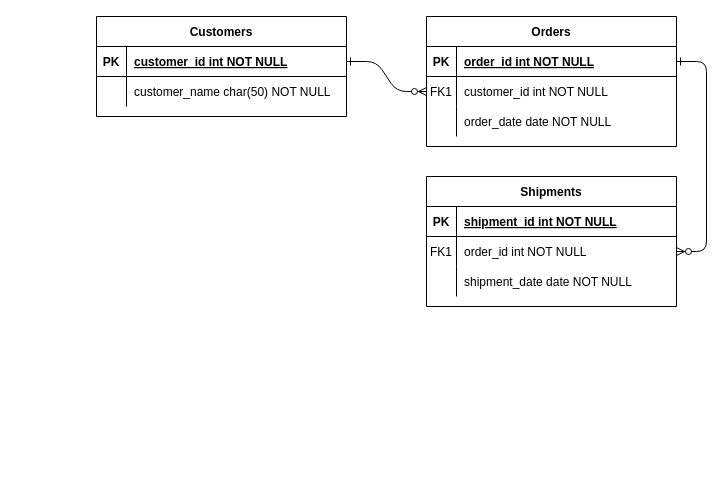
choomi1217/real-world keeps this draw.io diagram as docs/tables.drawio. Above is the earlier version. Source tidied: cells renumbered, new cells numbered last; positions are measured from the earlier drawing's top-left corner, leaving out a move shared by most shapes. Both pictures are drawn from the tidied source at 100%, with x=0, y=0 at pixel (96, 16).
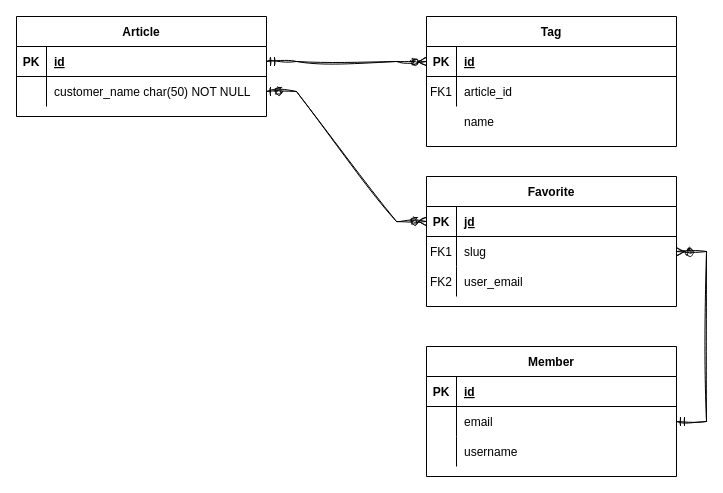
The same diagram, later.

The change refers to these unchanged cells:
```xml
<mxCell id="5" style="shape=partialRectangle;fillColor=none;points=[[0,0.5],[1,0.5]];portConstraint=eastwest;top=0;left=0;right=0;bottom=1;" parent="4" vertex="1">
  <mxGeometry y="30" width="250" height="30" as="geometry" />
</mxCell>
<mxCell id="8" style="shape=partialRectangle;fillColor=none;points=[[0,0.5],[1,0.5]];portConstraint=eastwest;top=0;left=0;right=0;bottom=0;" parent="4" vertex="1">
  <mxGeometry y="60" width="250" height="30" as="geometry" />
</mxCell>
<mxCell id="15" style="shape=partialRectangle;fillColor=none;points=[[0,0.5],[1,0.5]];portConstraint=eastwest;top=0;left=0;right=0;bottom=1;" parent="14" vertex="1">
  <mxGeometry y="30" width="250" height="30" as="geometry" />
</mxCell>
<mxCell id="18" style="shape=partialRectangle;fillColor=none;points=[[0,0.5],[1,0.5]];portConstraint=eastwest;top=0;left=0;right=0;bottom=0;" parent="14" vertex="1">
  <mxGeometry y="60" width="250" height="30" as="geometry" />
</mxCell>
<mxCell id="21" style="shape=partialRectangle;fillColor=none;top=0;left=0;right=0;bottom=0;" parent="14" vertex="1">
  <mxGeometry y="90" width="250" height="30" as="geometry" />
</mxCell>
<mxCell id="25" style="shape=partialRectangle;fillColor=none;points=[[0,0.5],[1,0.5]];portConstraint=eastwest;top=0;left=0;right=0;bottom=1;" parent="24" vertex="1">
  <mxGeometry y="30" width="250" height="30" as="geometry" />
</mxCell>
<mxCell id="28" style="shape=partialRectangle;fillColor=none;points=[[0,0.5],[1,0.5]];portConstraint=eastwest;top=0;left=0;right=0;bottom=0;" parent="24" vertex="1">
  <mxGeometry y="60" width="250" height="30" as="geometry" />
</mxCell>
```

The edit, as a diff of the source:
```diff
@@
-    <mxCell id="2" style="edgeStyle=entityRelationEdgeStyle;endArrow=ERzeroToMany;startArrow=ERone;endFill=1;startFill=0;" parent="1" edge="1" source="25" target="8">
-      <mxGeometry relative="1" as="geometry" />
-    </mxCell>
-    <mxCell id="3" style="edgeStyle=entityRelationEdgeStyle;endArrow=ERzeroToMany;startArrow=ERone;endFill=1;startFill=0;" parent="1" edge="1" source="5" target="18">
-      <mxGeometry relative="1" as="geometry" />
-    </mxCell>
-    <mxCell id="4" value="Orders" style="shape=table;startSize=30;childLayout=tableLayout;rowLines=0;fontStyle=1;align=center;" parent="1" vertex="1">
+    <mxCell id="4" value="Tag" style="shape=table;startSize=30;childLayout=tableLayout;rowLines=0;fontStyle=1;align=center;" parent="1" vertex="1">
       <mxGeometry x="330" width="250" height="130" as="geometry" />
     </mxCell>
@@
-    <mxCell id="7" value="order_id int NOT NULL " style="shape=partialRectangle;overflow=hidden;fillColor=none;top=0;left=0;bottom=0;right=0;align=left;spacingLeft=6;fontStyle=5;" parent="5" vertex="1">
+    <mxCell id="7" value="id" style="shape=partialRectangle;overflow=hidden;fillColor=none;top=0;left=0;bottom=0;right=0;align=left;spacingLeft=6;fontStyle=5;" parent="5" vertex="1">
       <mxGeometry x="30" width="220" height="30" as="geometry" />
     </mxCell>
@@
-    <mxCell id="10" value="customer_id int NOT NULL" style="shape=partialRectangle;overflow=hidden;fillColor=none;top=0;left=0;bottom=0;right=0;align=left;spacingLeft=6;" parent="8" vertex="1">
+    <mxCell id="10" value="article_id" style="shape=partialRectangle;overflow=hidden;fillColor=none;top=0;left=0;bottom=0;right=0;align=left;spacingLeft=6;" parent="8" vertex="1">
       <mxGeometry x="30" width="220" height="30" as="geometry" />
     </mxCell>
-    <mxCell id="11" style="shape=partialRectangle;fillColor=none;top=0;left=0;right=0;bottom=0;" parent="4" vertex="1">
-      <mxGeometry y="90" width="250" height="30" as="geometry" />
-    </mxCell>
-    <mxCell id="12" style="shape=partialRectangle;overflow=hidden;fillColor=none;top=0;left=0;bottom=0;right=0;" parent="11" vertex="1">
-      <mxGeometry width="30" height="30" as="geometry" />
-    </mxCell>
-    <mxCell id="13" value="order_date date NOT NULL" style="shape=partialRectangle;overflow=hidden;fillColor=none;top=0;left=0;bottom=0;right=0;align=left;spacingLeft=6;" parent="11" vertex="1">
-      <mxGeometry x="30" width="220" height="30" as="geometry" />
-    </mxCell>
-    <mxCell id="14" value="Shipments" style="shape=table;startSize=30;childLayout=tableLayout;rowLines=0;fontStyle=1;align=center;" parent="1" vertex="1">
+    <mxCell id="14" value="Favorite" style="shape=table;startSize=30;childLayout=tableLayout;rowLines=0;fontStyle=1;align=center;" parent="1" vertex="1">
       <mxGeometry x="330" y="160" width="250" height="130" as="geometry" />
     </mxCell>
@@
-    <mxCell id="17" value="shipment_id int NOT NULL " style="shape=partialRectangle;overflow=hidden;fillColor=none;top=0;left=0;bottom=0;right=0;align=left;spacingLeft=6;fontStyle=5;" parent="15" vertex="1">
+    <mxCell id="17" value="jd" style="shape=partialRectangle;overflow=hidden;fillColor=none;top=0;left=0;bottom=0;right=0;align=left;spacingLeft=6;fontStyle=5;" parent="15" vertex="1">
       <mxGeometry x="30" width="220" height="30" as="geometry" />
     </mxCell>
@@
-    <mxCell id="20" value="order_id int NOT NULL" style="shape=partialRectangle;overflow=hidden;fillColor=none;top=0;left=0;bottom=0;right=0;align=left;spacingLeft=6;" parent="18" vertex="1">
+    <mxCell id="20" value="slug" style="shape=partialRectangle;overflow=hidden;fillColor=none;top=0;left=0;bottom=0;right=0;align=left;spacingLeft=6;" parent="18" vertex="1">
       <mxGeometry x="30" width="220" height="30" as="geometry" />
     </mxCell>
@@
-    <mxCell id="22" style="shape=partialRectangle;overflow=hidden;fillColor=none;top=0;left=0;bottom=0;right=0;" parent="21" vertex="1">
+    <mxCell id="22" value="FK2" style="shape=partialRectangle;overflow=hidden;fillColor=none;top=0;left=0;bottom=0;right=0;" parent="21" vertex="1">
       <mxGeometry width="30" height="30" as="geometry" />
     </mxCell>
-    <mxCell id="23" value="shipment_date date NOT NULL" style="shape=partialRectangle;overflow=hidden;fillColor=none;top=0;left=0;bottom=0;right=0;align=left;spacingLeft=6;" parent="21" vertex="1">
+    <mxCell id="23" value="user_email" style="shape=partialRectangle;overflow=hidden;fillColor=none;top=0;left=0;bottom=0;right=0;align=left;spacingLeft=6;" parent="21" vertex="1">
       <mxGeometry x="30" width="220" height="30" as="geometry" />
     </mxCell>
-    <mxCell id="24" value="Customers" style="shape=table;startSize=30;childLayout=tableLayout;rowLines=0;fontStyle=1;align=center;" parent="1" vertex="1">
-      <mxGeometry width="250" height="100" as="geometry" />
+    <mxCell id="24" value="Article" style="shape=table;startSize=30;childLayout=tableLayout;rowLines=0;fontStyle=1;align=center;" parent="1" vertex="1">
+      <mxGeometry x="-80" width="250" height="100" as="geometry" />
     </mxCell>
@@
-    <mxCell id="27" value="customer_id int NOT NULL " style="shape=partialRectangle;overflow=hidden;fillColor=none;top=0;left=0;bottom=0;right=0;align=left;spacingLeft=6;fontStyle=5;" parent="25" vertex="1">
+    <mxCell id="27" value="id" style="shape=partialRectangle;overflow=hidden;fillColor=none;top=0;left=0;bottom=0;right=0;align=left;spacingLeft=6;fontStyle=5;" parent="25" vertex="1">
       <mxGeometry x="30" width="220" height="30" as="geometry" />
     </mxCell>
@@
+    <mxCell id="31" value="Member" style="shape=table;startSize=30;childLayout=tableLayout;rowLines=0;fontStyle=1;align=center;" parent="1" vertex="1">
+      <mxGeometry x="330" y="330" width="250" height="130" as="geometry" />
+    </mxCell>
+    <mxCell id="32" style="shape=partialRectangle;fillColor=none;top=0;left=0;right=0;bottom=1;" parent="31" vertex="1">
+      <mxGeometry y="30" width="250" height="30" as="geometry" />
+    </mxCell>
+    <mxCell id="33" value="PK" style="shape=partialRectangle;overflow=hidden;fillColor=none;top=0;left=0;bottom=0;right=0;fontStyle=1;" parent="32" vertex="1">
+      <mxGeometry width="30" height="30" as="geometry" />
+    </mxCell>
+    <mxCell id="34" value="id" style="shape=partialRectangle;overflow=hidden;fillColor=none;top=0;left=0;bottom=0;right=0;align=left;spacingLeft=6;fontStyle=5;" parent="32" vertex="1">
+      <mxGeometry x="30" width="220" height="30" as="geometry" />
+    </mxCell>
+    <mxCell id="35" style="shape=partialRectangle;fillColor=none;points=[[0,0.5],[1,0.5]];portConstraint=eastwest;top=0;left=0;right=0;bottom=0;" parent="31" vertex="1">
+      <mxGeometry y="60" width="250" height="30" as="geometry" />
+    </mxCell>
+    <mxCell id="36" style="shape=partialRectangle;overflow=hidden;fillColor=none;top=0;left=0;bottom=0;right=0;" parent="35" vertex="1">
+      <mxGeometry width="30" height="30" as="geometry" />
+    </mxCell>
+    <mxCell id="37" value="email" style="shape=partialRectangle;overflow=hidden;fillColor=none;top=0;left=0;bottom=0;right=0;align=left;spacingLeft=6;" parent="35" vertex="1">
+      <mxGeometry x="30" width="220" height="30" as="geometry" />
+    </mxCell>
+    <mxCell id="11" style="shape=partialRectangle;fillColor=none;top=0;left=0;right=0;bottom=0;" parent="31" vertex="1">
+      <mxGeometry y="90" width="250" height="30" as="geometry" />
+    </mxCell>
+    <mxCell id="38" style="shape=partialRectangle;overflow=hidden;fillColor=none;top=0;left=0;bottom=0;right=0;" parent="11" vertex="1">
+      <mxGeometry width="30" height="30" as="geometry" />
+    </mxCell>
+    <mxCell id="39" value="username" style="shape=partialRectangle;overflow=hidden;fillColor=none;top=0;left=0;bottom=0;right=0;align=left;spacingLeft=6;" parent="11" vertex="1">
+      <mxGeometry x="30" width="220" height="30" as="geometry" />
+    </mxCell>
+    <mxCell id="40" style="shape=partialRectangle;fillColor=none;top=0;left=0;right=0;bottom=0;strokeColor=default;perimeterSpacing=1;" parent="1" vertex="1">
+      <mxGeometry x="330" y="90" width="250" height="30" as="geometry" />
+    </mxCell>
+    <mxCell id="41" style="shape=partialRectangle;overflow=hidden;fillColor=none;top=0;left=0;bottom=0;right=0;" parent="40" vertex="1">
+      <mxGeometry width="30" height="30" as="geometry" />
+    </mxCell>
+    <mxCell id="42" value="name" style="shape=partialRectangle;overflow=hidden;fillColor=none;top=0;left=0;bottom=0;right=0;align=left;spacingLeft=6;strokeColor=#F0F0F0;strokeWidth=1;perimeterSpacing=1;opacity=0;" parent="40" vertex="1">
+      <mxGeometry x="30" width="220" height="30" as="geometry" />
+    </mxCell>
+    <mxCell id="43" style="edgeStyle=entityRelationEdgeStyle;fontSize=12;html=1;endArrow=ERzeroToMany;startArrow=ERzeroToOne;rounded=0;sketch=1;hachureGap=4;jiggle=2;curveFitting=1;fontFamily=Architects Daughter;exitX=1;exitY=0.5;exitDx=0;exitDy=0;entryX=0;entryY=0.5;entryDx=0;entryDy=0;" parent="1" edge="1" source="28" target="15">
+      <mxGeometry relative="1" as="geometry" />
+    </mxCell>
+    <mxCell id="44" style="edgeStyle=entityRelationEdgeStyle;fontSize=12;html=1;endArrow=ERzeroToMany;startArrow=ERmandOne;rounded=0;sketch=1;hachureGap=4;jiggle=2;curveFitting=1;fontFamily=Architects Daughter;exitX=1;exitY=0.5;exitDx=0;exitDy=0;entryX=0;entryY=0.5;entryDx=0;entryDy=0;" parent="1" edge="1" source="25" target="5">
+      <mxGeometry relative="1" as="geometry" />
+    </mxCell>
+    <mxCell id="45" style="edgeStyle=entityRelationEdgeStyle;fontSize=12;html=1;endArrow=ERzeroToMany;startArrow=ERmandOne;rounded=0;sketch=1;hachureGap=4;jiggle=2;curveFitting=1;fontFamily=Architects Daughter;exitX=1;exitY=0.5;exitDx=0;exitDy=0;entryX=1;entryY=0.5;entryDx=0;entryDy=0;" parent="1" edge="1" source="35" target="18">
+      <mxGeometry relative="1" as="geometry" />
+    </mxCell>
```
